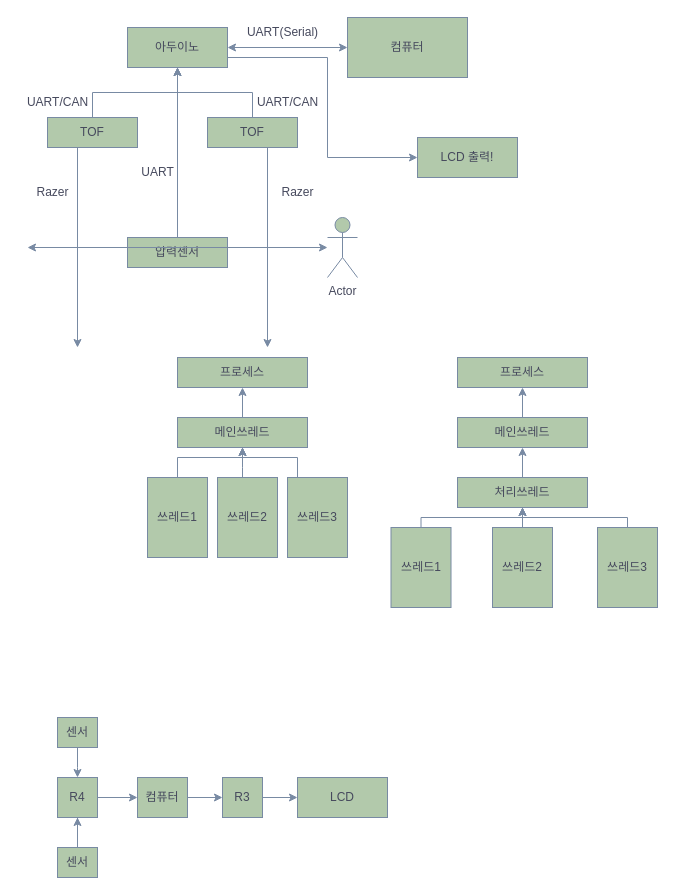
Before: 파이널2.drawio in nasha430/nasha, a draw.io diagram. Source tidied: cells renumbered, new cells numbered last; positions are measured from the earlier drawing's top-left corner, leaving out a move shared by most shapes. Both pictures are drawn from the tidied source at 100%, with x=0, y=0 at pixel (17, 17).
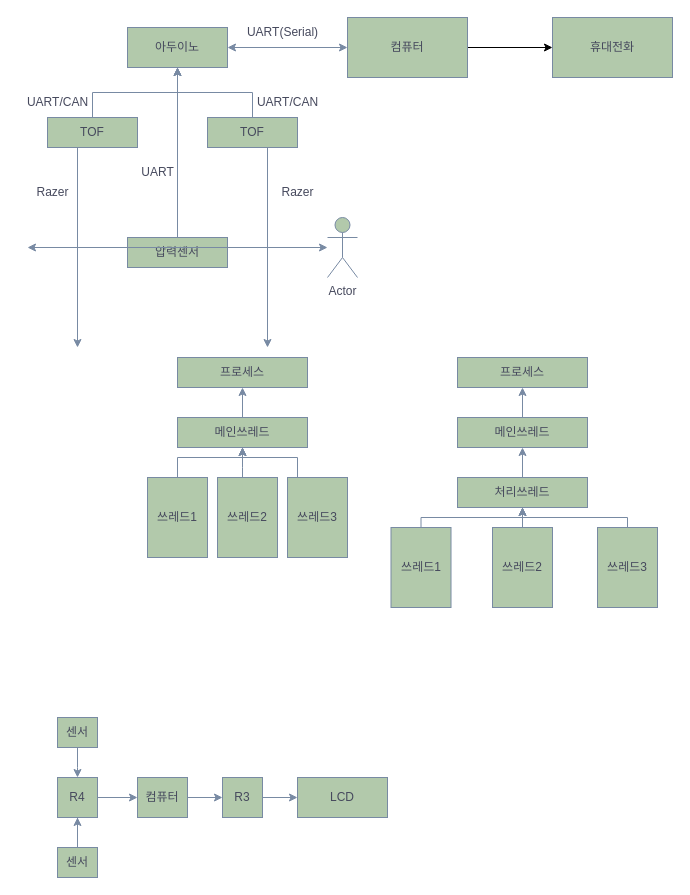
The same page after the edit.

Commit message:
파이널2.drawio 업데이트

Unchanged cells that the change refers to:
```xml
<mxCell id="2" value="아두이노" style="whiteSpace=wrap;html=1;labelBackgroundColor=none;fillColor=#B2C9AB;strokeColor=#788AA3;fontColor=#46495D;" parent="1" vertex="1">
  <mxGeometry x="110" y="10" width="100" height="40" as="geometry" />
</mxCell>
<mxCell id="12" value="컴퓨터" style="whiteSpace=wrap;html=1;labelBackgroundColor=none;fillColor=#B2C9AB;strokeColor=#788AA3;fontColor=#46495D;" parent="1" vertex="1">
  <mxGeometry x="330" width="120" height="60" as="geometry" />
</mxCell>
```

Change to the diagram source:
```diff
@@
+    <mxCell id="54" style="edgeStyle=orthogonalEdgeStyle;rounded=0;jettySize=auto;html=1;" parent="1" edge="1" source="12" target="55">
+      <mxGeometry relative="1" as="geometry" />
+    </mxCell>
@@
-    <mxCell id="41" style="endArrow=classic;html=1;rounded=0;strokeColor=#788AA3;fontColor=#46495D;fillColor=#B2C9AB;exitX=1;exitY=0.75;exitDx=0;exitDy=0;" parent="1" edge="1" source="2">
-      <mxGeometry relative="1" as="geometry">
-        <mxPoint x="400" y="140" as="targetPoint" />
-        <Array as="points">
-          <mxPoint x="310" y="40" />
-          <mxPoint x="310" y="140" />
-        </Array>
-      </mxGeometry>
-    </mxCell>
-    <mxCell id="42" value="LCD 출력!" style="whiteSpace=wrap;html=1;strokeColor=#788AA3;fontColor=#46495D;fillColor=#B2C9AB;" parent="1" vertex="1">
-      <mxGeometry x="400" y="120" width="100" height="40" as="geometry" />
-    </mxCell>
@@
+    <mxCell id="55" value="휴대전화" style="whiteSpace=wrap;html=1;labelBackgroundColor=none;fillColor=#B2C9AB;strokeColor=#788AA3;fontColor=#46495D;" parent="1" vertex="1">
+      <mxGeometry x="535" width="120" height="60" as="geometry" />
+    </mxCell>
```
